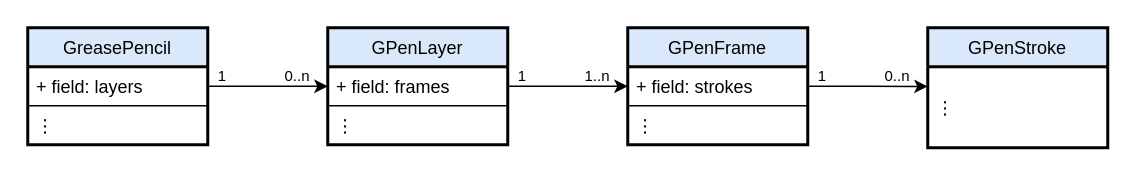
This is docs/pictures/gpen_hierarchy.drawio from expers-vis/bp-blender, a draw.io file, before an edit. Source tidied: cells renumbered, new cells numbered last; positions are measured from the earlier drawing's top-left corner, leaving out a move shared by most shapes. Both pictures are drawn from the tidied source at 150%, with x=0, y=0 at pixel (27, 27).
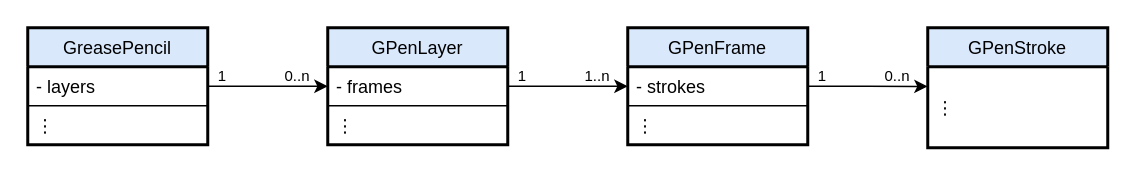
The same page after the edit.

Unchanged cells that the change refers to:
```xml
<mxCell id="2" value="GreasePencil" style="swimlane;fontStyle=0;horizontal=1;startSize=26;fillColor=#dae8fc;strokeWidth=2;swimlaneLine=1;" parent="1" vertex="1">
  <mxGeometry width="120" height="78" as="geometry" />
</mxCell>
<mxCell id="6" value="GPenLayer" style="swimlane;fontStyle=0;horizontal=1;startSize=26;fillColor=#dae8fc;strokeWidth=2;swimlaneLine=1;" parent="1" vertex="1">
  <mxGeometry x="200" width="120" height="78" as="geometry" />
</mxCell>
<mxCell id="9" value="GPenFrame" style="swimlane;fontStyle=0;horizontal=1;startSize=26;fillColor=#dae8fc;strokeWidth=2;swimlaneLine=1;" parent="1" vertex="1">
  <mxGeometry x="400" width="120" height="78" as="geometry" />
</mxCell>
```

Change to the diagram source:
```diff
@@
-    <mxCell id="3" value="+ field: layers" style="text;fillColor=none;align=left;verticalAlign=top;spacingLeft=4;spacingRight=4;overflow=hidden;points=[[0,0.5],[1,0.5]];portConstraint=eastwest;strokeWidth=1;glass=0;rounded=0;shadow=0;sketch=0;strokeColor=#000000;" parent="2" vertex="1">
+    <mxCell id="3" value="- layers" style="text;fillColor=none;align=left;verticalAlign=top;spacingLeft=4;spacingRight=4;overflow=hidden;points=[[0,0.5],[1,0.5]];portConstraint=eastwest;strokeWidth=1;glass=0;rounded=0;shadow=0;sketch=0;strokeColor=#000000;" parent="2" vertex="1">
       <mxGeometry y="26" width="120" height="26" as="geometry" />
     </mxCell>
@@
-    <mxCell id="7" value="+ field: frames" style="text;fillColor=none;align=left;verticalAlign=top;spacingLeft=4;spacingRight=4;overflow=hidden;points=[[0,0.5],[1,0.5]];portConstraint=eastwest;strokeWidth=1;glass=0;rounded=0;shadow=0;sketch=0;strokeColor=#000000;" parent="6" vertex="1">
+    <mxCell id="7" value="- frames" style="text;fillColor=none;align=left;verticalAlign=top;spacingLeft=4;spacingRight=4;overflow=hidden;points=[[0,0.5],[1,0.5]];portConstraint=eastwest;strokeWidth=1;glass=0;rounded=0;shadow=0;sketch=0;strokeColor=#000000;" parent="6" vertex="1">
       <mxGeometry y="26" width="120" height="26" as="geometry" />
     </mxCell>
@@
-    <mxCell id="10" value="+ field: strokes" style="text;fillColor=none;align=left;verticalAlign=top;spacingLeft=4;spacingRight=4;overflow=hidden;points=[[0,0.5],[1,0.5]];portConstraint=eastwest;strokeWidth=1;glass=0;rounded=0;shadow=0;sketch=0;strokeColor=#000000;" parent="9" vertex="1">
+    <mxCell id="10" value="- strokes" style="text;fillColor=none;align=left;verticalAlign=top;spacingLeft=4;spacingRight=4;overflow=hidden;points=[[0,0.5],[1,0.5]];portConstraint=eastwest;strokeWidth=1;glass=0;rounded=0;shadow=0;sketch=0;strokeColor=#000000;" parent="9" vertex="1">
       <mxGeometry y="26" width="120" height="26" as="geometry" />
     </mxCell>
```
